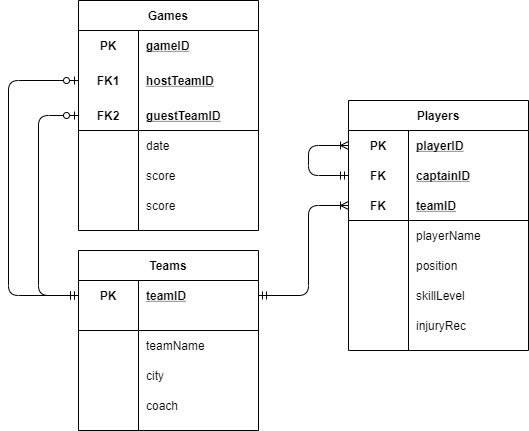
Earlier version of the draw.io export National Hockey League/NHL Data Model.png (fidanfatih/Mid_Scale_Projects). Source tidied: cells renumbered, new cells last; positions are measured from the earlier drawing's top-left corner, leaving out a move shared by most shapes.
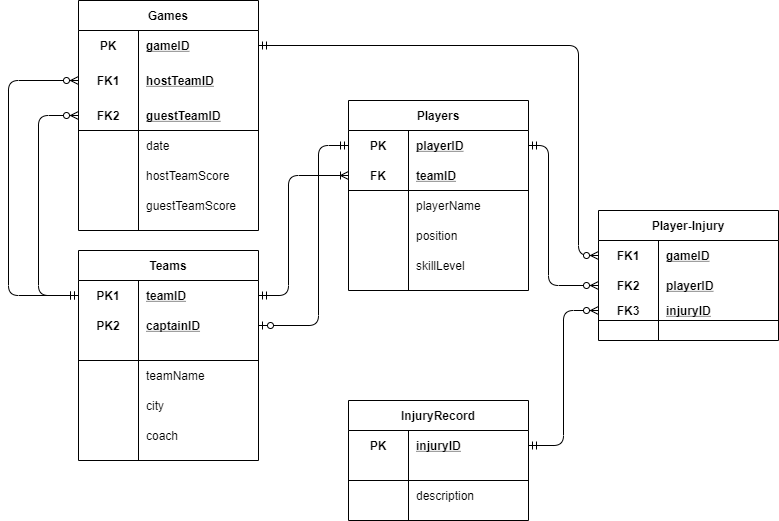
Above is the later version.

Diff of the diagram source:
```diff
@@ -41,38 +41,47 @@
     <mxCell id="14" value="date" style="shape=partialRectangle;fillColor=none;top=0;left=0;bottom=0;right=0;align=left;spacingLeft=6;overflow=hidden;" parent="12" vertex="1">
       <mxGeometry x="60" width="120" height="30" as="geometry" />
     </mxCell>
+    <mxCell id="64" style="shape=partialRectangle;fillColor=none;top=0;left=0;bottom=0;right=0;" parent="2" vertex="1">
+      <mxGeometry y="160" width="180" height="30" as="geometry" />
+    </mxCell>
+    <mxCell id="65" style="shape=partialRectangle;fillColor=none;top=0;left=0;bottom=0;right=0;overflow=hidden;" parent="64" vertex="1">
+      <mxGeometry width="60" height="30" as="geometry" />
+    </mxCell>
+    <mxCell id="66" value="hostTeamScore" style="shape=partialRectangle;fillColor=none;top=0;left=0;bottom=0;right=0;align=left;spacingLeft=6;overflow=hidden;" parent="64" vertex="1">
+      <mxGeometry x="60" width="120" height="30" as="geometry" />
+    </mxCell>
     <mxCell id="15" style="shape=partialRectangle;fillColor=none;top=0;left=0;bottom=0;right=0;" parent="2" vertex="1">
-      <mxGeometry y="160" width="180" height="30" as="geometry" />
+      <mxGeometry y="190" width="180" height="30" as="geometry" />
     </mxCell>
     <mxCell id="16" style="shape=partialRectangle;fillColor=none;top=0;left=0;bottom=0;right=0;overflow=hidden;" parent="15" vertex="1">
       <mxGeometry width="60" height="30" as="geometry" />
     </mxCell>
-    <mxCell id="17" value="score" style="shape=partialRectangle;fillColor=none;top=0;left=0;bottom=0;right=0;align=left;spacingLeft=6;overflow=hidden;" parent="15" vertex="1">
+    <mxCell id="17" value="guestTeamScore" style="shape=partialRectangle;fillColor=none;top=0;left=0;bottom=0;right=0;align=left;spacingLeft=6;overflow=hidden;" parent="15" vertex="1">
       <mxGeometry x="60" width="120" height="30" as="geometry" />
     </mxCell>
-    <mxCell id="18" style="shape=partialRectangle;fillColor=none;top=0;left=0;bottom=0;right=0;" parent="2" vertex="1">
-      <mxGeometry y="190" width="180" height="30" as="geometry" />
-    </mxCell>
-    <mxCell id="19" style="shape=partialRectangle;fillColor=none;top=0;left=0;bottom=0;right=0;overflow=hidden;" parent="18" vertex="1">
-      <mxGeometry width="60" height="30" as="geometry" />
-    </mxCell>
-    <mxCell id="20" value="score" style="shape=partialRectangle;fillColor=none;top=0;left=0;bottom=0;right=0;align=left;spacingLeft=6;overflow=hidden;" parent="18" vertex="1">
-      <mxGeometry x="60" width="120" height="30" as="geometry" />
-    </mxCell>
     <mxCell id="21" value="Teams" style="shape=table;startSize=30;rowLines=0;fontStyle=1;align=center;" parent="1" vertex="1">
-      <mxGeometry x="70" y="250" width="180" height="180" as="geometry" />
+      <mxGeometry x="70" y="250" width="180" height="210" as="geometry" />
     </mxCell>
     <mxCell id="22" style="shape=partialRectangle;fillColor=none;top=0;left=0;bottom=0;right=0;points=[[0,0.5],[1,0.5]];portConstraint=eastwest;" parent="21" vertex="1">
       <mxGeometry y="30" width="180" height="30" as="geometry" />
     </mxCell>
-    <mxCell id="23" value="PK" style="shape=partialRectangle;fillColor=none;top=0;left=0;bottom=0;right=0;fontStyle=1;overflow=hidden;" parent="22" vertex="1">
+    <mxCell id="23" value="PK1" style="shape=partialRectangle;fillColor=none;top=0;left=0;bottom=0;right=0;fontStyle=1;overflow=hidden;" parent="22" vertex="1">
       <mxGeometry width="60" height="30" as="geometry" />
     </mxCell>
     <mxCell id="24" value="teamID" style="shape=partialRectangle;fillColor=none;top=0;left=0;bottom=0;right=0;align=left;spacingLeft=6;fontStyle=5;overflow=hidden;" parent="22" vertex="1">
       <mxGeometry x="60" width="120" height="30" as="geometry" />
     </mxCell>
+    <mxCell id="67" style="shape=partialRectangle;fillColor=none;top=0;left=0;bottom=0;right=0;points=[[0,0.5],[1,0.5]];portConstraint=eastwest;" parent="21" vertex="1">
+      <mxGeometry y="60" width="180" height="30" as="geometry" />
+    </mxCell>
+    <mxCell id="68" value="PK2" style="shape=partialRectangle;fillColor=none;top=0;left=0;bottom=0;right=0;fontStyle=1;overflow=hidden;" parent="67" vertex="1">
+      <mxGeometry width="60" height="30" as="geometry" />
+    </mxCell>
+    <mxCell id="44" value="captainID" style="shape=partialRectangle;fillColor=none;top=0;left=0;bottom=0;right=0;align=left;spacingLeft=6;fontStyle=5;overflow=hidden;" parent="67" vertex="1">
+      <mxGeometry x="60" width="120" height="30" as="geometry" />
+    </mxCell>
     <mxCell id="25" style="shape=partialRectangle;fillColor=none;top=0;left=0;bottom=1;right=0;" parent="21" vertex="1">
-      <mxGeometry y="60" width="180" height="20" as="geometry" />
+      <mxGeometry y="90" width="180" height="20" as="geometry" />
     </mxCell>
     <mxCell id="26" style="shape=partialRectangle;fillColor=none;top=0;left=0;bottom=0;right=0;fontStyle=1;overflow=hidden;" parent="25" vertex="1">
       <mxGeometry width="60" height="20" as="geometry" />
@@ -81,7 +90,7 @@
       <mxGeometry x="60" width="120" height="20" as="geometry" />
     </mxCell>
     <mxCell id="28" style="shape=partialRectangle;fillColor=none;top=0;left=0;bottom=0;right=0;" parent="21" vertex="1">
-      <mxGeometry y="80" width="180" height="30" as="geometry" />
+      <mxGeometry y="110" width="180" height="30" as="geometry" />
     </mxCell>
     <mxCell id="29" style="shape=partialRectangle;fillColor=none;top=0;left=0;bottom=0;right=0;overflow=hidden;" parent="28" vertex="1">
       <mxGeometry width="60" height="30" as="geometry" />
@@ -90,7 +99,7 @@
       <mxGeometry x="60" width="120" height="30" as="geometry" />
     </mxCell>
     <mxCell id="31" style="shape=partialRectangle;fillColor=none;top=0;left=0;bottom=0;right=0;" parent="21" vertex="1">
-      <mxGeometry y="110" width="180" height="30" as="geometry" />
+      <mxGeometry y="140" width="180" height="30" as="geometry" />
     </mxCell>
     <mxCell id="32" style="shape=partialRectangle;fillColor=none;top=0;left=0;bottom=0;right=0;overflow=hidden;" parent="31" vertex="1">
       <mxGeometry width="60" height="30" as="geometry" />
@@ -99,7 +108,7 @@
       <mxGeometry x="60" width="120" height="30" as="geometry" />
     </mxCell>
     <mxCell id="34" style="shape=partialRectangle;fillColor=none;top=0;left=0;bottom=0;right=0;" parent="21" vertex="1">
-      <mxGeometry y="140" width="180" height="30" as="geometry" />
+      <mxGeometry y="170" width="180" height="30" as="geometry" />
     </mxCell>
     <mxCell id="35" style="shape=partialRectangle;fillColor=none;top=0;left=0;bottom=0;right=0;overflow=hidden;" parent="34" vertex="1">
       <mxGeometry width="60" height="30" as="geometry" />
@@ -110,12 +119,13 @@
     <mxCell id="37" style="edgeStyle=elbowEdgeStyle;fontSize=12;html=1;endArrow=ERoneToMany;startArrow=ERmandOne;entryX=0;entryY=0.5;entryDx=0;entryDy=0;exitX=1;exitY=0.5;exitDx=0;exitDy=0;" parent="1" edge="1" source="22" target="45">
       <mxGeometry relative="1" as="geometry">
         <Array as="points">
+          <mxPoint x="280" y="260" />
           <mxPoint x="300" y="240" />
         </Array>
       </mxGeometry>
     </mxCell>
     <mxCell id="38" value="Players" style="shape=table;startSize=30;rowLines=0;fontStyle=1;align=center;" parent="1" vertex="1">
-      <mxGeometry x="340" y="100" width="180" height="250" as="geometry" />
+      <mxGeometry x="340" y="100" width="180" height="190" as="geometry" />
     </mxCell>
     <mxCell id="39" style="shape=partialRectangle;fillColor=none;top=0;left=0;bottom=0;right=0;points=[[0,0.5],[1,0.5]];portConstraint=eastwest;" parent="38" vertex="1">
       <mxGeometry y="30" width="180" height="30" as="geometry" />
@@ -126,17 +136,8 @@
     <mxCell id="41" value="playerID" style="shape=partialRectangle;fillColor=none;top=0;left=0;bottom=0;right=0;align=left;spacingLeft=6;fontStyle=5;overflow=hidden;" parent="39" vertex="1">
       <mxGeometry x="60" width="120" height="30" as="geometry" />
     </mxCell>
-    <mxCell id="42" style="shape=partialRectangle;fillColor=none;top=0;left=0;bottom=0;right=0;points=[[0,0.5],[1,0.5]];portConstraint=eastwest;" parent="38" vertex="1">
-      <mxGeometry y="60" width="180" height="30" as="geometry" />
-    </mxCell>
-    <mxCell id="43" value="FK" style="shape=partialRectangle;fillColor=none;top=0;left=0;bottom=0;right=0;fontStyle=1;overflow=hidden;" parent="42" vertex="1">
-      <mxGeometry width="60" height="30" as="geometry" />
-    </mxCell>
-    <mxCell id="44" value="captainID" style="shape=partialRectangle;fillColor=none;top=0;left=0;bottom=0;right=0;align=left;spacingLeft=6;fontStyle=5;overflow=hidden;" parent="42" vertex="1">
-      <mxGeometry x="60" width="120" height="30" as="geometry" />
-    </mxCell>
     <mxCell id="45" style="shape=partialRectangle;fillColor=none;top=0;left=0;bottom=1;right=0;points=[[0,0.5],[1,0.5]];portConstraint=eastwest;" parent="38" vertex="1">
-      <mxGeometry y="90" width="180" height="30" as="geometry" />
+      <mxGeometry y="60" width="180" height="30" as="geometry" />
     </mxCell>
     <mxCell id="46" value="FK" style="shape=partialRectangle;fillColor=none;top=0;left=0;bottom=0;right=0;fontStyle=1;overflow=hidden;" parent="45" vertex="1">
       <mxGeometry width="60" height="30" as="geometry" />
@@ -145,7 +146,7 @@
       <mxGeometry x="60" width="120" height="30" as="geometry" />
     </mxCell>
     <mxCell id="48" style="shape=partialRectangle;fillColor=none;top=0;left=0;bottom=0;right=0;" parent="38" vertex="1">
-      <mxGeometry y="120" width="180" height="30" as="geometry" />
+      <mxGeometry y="90" width="180" height="30" as="geometry" />
     </mxCell>
     <mxCell id="49" style="shape=partialRectangle;fillColor=none;top=0;left=0;bottom=0;right=0;overflow=hidden;" parent="48" vertex="1">
       <mxGeometry width="60" height="30" as="geometry" />
@@ -154,7 +155,7 @@
       <mxGeometry x="60" width="120" height="30" as="geometry" />
     </mxCell>
     <mxCell id="51" style="shape=partialRectangle;fillColor=none;top=0;left=0;bottom=0;right=0;" parent="38" vertex="1">
-      <mxGeometry y="150" width="180" height="30" as="geometry" />
+      <mxGeometry y="120" width="180" height="30" as="geometry" />
     </mxCell>
     <mxCell id="52" style="shape=partialRectangle;fillColor=none;top=0;left=0;bottom=0;right=0;overflow=hidden;" parent="51" vertex="1">
       <mxGeometry width="60" height="30" as="geometry" />
@@ -163,7 +164,7 @@
       <mxGeometry x="60" width="120" height="30" as="geometry" />
     </mxCell>
     <mxCell id="54" style="shape=partialRectangle;fillColor=none;top=0;left=0;bottom=0;right=0;" parent="38" vertex="1">
-      <mxGeometry y="180" width="180" height="30" as="geometry" />
+      <mxGeometry y="150" width="180" height="30" as="geometry" />
     </mxCell>
     <mxCell id="55" style="shape=partialRectangle;fillColor=none;top=0;left=0;bottom=0;right=0;overflow=hidden;" parent="54" vertex="1">
       <mxGeometry width="60" height="30" as="geometry" />
@@ -171,42 +172,109 @@
     <mxCell id="56" value="skillLevel" style="shape=partialRectangle;fillColor=none;top=0;left=0;bottom=0;right=0;align=left;spacingLeft=6;overflow=hidden;" parent="54" vertex="1">
       <mxGeometry x="60" width="120" height="30" as="geometry" />
     </mxCell>
-    <mxCell id="57" style="shape=partialRectangle;fillColor=none;top=0;left=0;bottom=0;right=0;" parent="38" vertex="1">
-      <mxGeometry y="210" width="180" height="30" as="geometry" />
-    </mxCell>
-    <mxCell id="58" style="shape=partialRectangle;fillColor=none;top=0;left=0;bottom=0;right=0;overflow=hidden;" parent="57" vertex="1">
-      <mxGeometry width="60" height="30" as="geometry" />
-    </mxCell>
-    <mxCell id="59" value="injuryRec" style="shape=partialRectangle;fillColor=none;top=0;left=0;bottom=0;right=0;align=left;spacingLeft=6;overflow=hidden;" parent="57" vertex="1">
-      <mxGeometry x="60" width="120" height="30" as="geometry" />
-    </mxCell>
-    <mxCell id="60" style="edgeStyle=elbowEdgeStyle;fontSize=12;html=1;endArrow=ERoneToMany;startArrow=ERmandOne;exitX=0;exitY=0.5;exitDx=0;exitDy=0;entryX=0;entryY=0.5;entryDx=0;entryDy=0;" parent="38" edge="1" source="42" target="39">
-      <mxGeometry relative="1" as="geometry">
-        <Array as="points">
-          <mxPoint x="-40" y="50" />
-          <mxPoint x="220" y="60" />
-        </Array>
-      </mxGeometry>
-    </mxCell>
     <mxCell id="61" style="edgeStyle=elbowEdgeStyle;rounded=0;jettySize=auto;html=1;" parent="1" edge="1" source="22">
       <mxGeometry relative="1" as="geometry">
         <mxPoint x="70" y="295" as="targetPoint" />
       </mxGeometry>
     </mxCell>
-    <mxCell id="62" style="edgeStyle=elbowEdgeStyle;fontSize=12;html=1;endArrow=ERzeroToOne;startArrow=ERmandOne;exitX=0;exitY=0.5;exitDx=0;exitDy=0;" parent="1" edge="1" source="22">
-      <mxGeometry relative="1" as="geometry">
-        <mxPoint x="70" y="80" as="targetPoint" />
-        <Array as="points">
-          <mxPoint y="170" />
-        </Array>
-      </mxGeometry>
-    </mxCell>
+    <mxCell id="69" value="InjuryRecord" style="shape=table;startSize=30;rowLines=0;fontStyle=1;align=center;" parent="1" vertex="1">
+      <mxGeometry x="340" y="400" width="180" height="120" as="geometry" />
+    </mxCell>
+    <mxCell id="70" style="shape=partialRectangle;fillColor=none;top=0;left=0;bottom=0;right=0;points=[[0,0.5],[1,0.5]];portConstraint=eastwest;" parent="69" vertex="1">
+      <mxGeometry y="30" width="180" height="30" as="geometry" />
+    </mxCell>
+    <mxCell id="71" value="PK" style="shape=partialRectangle;fillColor=none;top=0;left=0;bottom=0;right=0;fontStyle=1;overflow=hidden;" parent="70" vertex="1">
+      <mxGeometry width="60" height="30" as="geometry" />
+    </mxCell>
+    <mxCell id="72" value="injuryID" style="shape=partialRectangle;fillColor=none;top=0;left=0;bottom=0;right=0;align=left;spacingLeft=6;fontStyle=5;overflow=hidden;" parent="70" vertex="1">
+      <mxGeometry x="60" width="120" height="30" as="geometry" />
+    </mxCell>
+    <mxCell id="73" style="shape=partialRectangle;fillColor=none;top=0;left=0;bottom=1;right=0;" parent="69" vertex="1">
+      <mxGeometry y="60" width="180" height="20" as="geometry" />
+    </mxCell>
+    <mxCell id="74" style="shape=partialRectangle;fillColor=none;top=0;left=0;bottom=0;right=0;fontStyle=1;overflow=hidden;" parent="73" vertex="1">
+      <mxGeometry width="60" height="20" as="geometry" />
+    </mxCell>
+    <mxCell id="75" style="shape=partialRectangle;fillColor=none;top=0;left=0;bottom=0;right=0;align=left;spacingLeft=6;fontStyle=5;overflow=hidden;" parent="73" vertex="1">
+      <mxGeometry x="60" width="120" height="20" as="geometry" />
+    </mxCell>
+    <mxCell id="76" style="shape=partialRectangle;fillColor=none;top=0;left=0;bottom=0;right=0;" parent="69" vertex="1">
+      <mxGeometry y="80" width="180" height="30" as="geometry" />
+    </mxCell>
+    <mxCell id="77" style="shape=partialRectangle;fillColor=none;top=0;left=0;bottom=0;right=0;overflow=hidden;" parent="76" vertex="1">
+      <mxGeometry width="60" height="30" as="geometry" />
+    </mxCell>
+    <mxCell id="78" value="description" style="shape=partialRectangle;fillColor=none;top=0;left=0;bottom=0;right=0;align=left;spacingLeft=6;overflow=hidden;" parent="76" vertex="1">
+      <mxGeometry x="60" width="120" height="30" as="geometry" />
+    </mxCell>
+    <mxCell id="79" style="edgeStyle=elbowEdgeStyle;fontSize=12;html=1;endArrow=ERzeroToMany;startArrow=ERmandOne;exitX=1;exitY=0.5;exitDx=0;exitDy=0;entryX=0;entryY=0.5;entryDx=0;entryDy=0;" parent="1" edge="1" source="70" target="90">
+      <mxGeometry relative="1" as="geometry" />
+    </mxCell>
+    <mxCell id="80" style="edgeStyle=elbowEdgeStyle;fontSize=12;html=1;endArrow=ERzeroToMany;startArrow=ERmandOne;exitX=1;exitY=0.5;exitDx=0;exitDy=0;entryX=0;entryY=0.5;entryDx=0;entryDy=0;" parent="1" edge="1" source="39" target="87">
+      <mxGeometry relative="1" as="geometry">
+        <Array as="points">
+          <mxPoint x="540" y="230" />
+        </Array>
+      </mxGeometry>
+    </mxCell>
+    <mxCell id="81" style="edgeStyle=elbowEdgeStyle;fontSize=12;html=1;endArrow=ERzeroToOne;startArrow=ERmandOne;exitX=0;exitY=0.5;exitDx=0;exitDy=0;" parent="1" edge="1" source="39" target="67">
+      <mxGeometry relative="1" as="geometry">
+        <Array as="points">
+          <mxPoint x="310" y="210" />
+          <mxPoint x="270" y="240" />
+        </Array>
+      </mxGeometry>
+    </mxCell>
+    <mxCell id="82" style="edgeStyle=elbowEdgeStyle;fontSize=12;html=1;endArrow=ERzeroToMany;startArrow=ERmandOne;entryX=0;entryY=0.5;entryDx=0;entryDy=0;exitX=0;exitY=0.5;exitDx=0;exitDy=0;" parent="1" edge="1" source="22" target="6">
+      <mxGeometry relative="1" as="geometry">
+        <Array as="points">
+          <mxPoint y="188" />
+        </Array>
+      </mxGeometry>
+    </mxCell>
-    <mxCell id="63" style="edgeStyle=elbowEdgeStyle;fontSize=12;html=1;endArrow=ERzeroToOne;startArrow=ERmandOne;exitX=0;exitY=0.5;exitDx=0;exitDy=0;entryX=0;entryY=0.5;entryDx=0;entryDy=0;" parent="1" edge="1" source="22" target="9">
+    <mxCell id="63" style="edgeStyle=elbowEdgeStyle;fontSize=12;html=1;endArrow=ERzeroToMany;startArrow=ERmandOne;entryX=0;entryY=0.5;entryDx=0;entryDy=0;exitX=0;exitY=0.5;exitDx=0;exitDy=0;" parent="1" edge="1" source="22" target="9">
       <mxGeometry relative="1" as="geometry">
         <Array as="points">
           <mxPoint x="30" y="230" />
         </Array>
       </mxGeometry>
     </mxCell>
+    <mxCell id="83" value="Player-Injury" style="shape=table;startSize=30;rowLines=0;fontStyle=1;align=center;" parent="1" vertex="1">
+      <mxGeometry x="590" y="210" width="180" height="130" as="geometry" />
+    </mxCell>
+    <mxCell id="84" style="shape=partialRectangle;fillColor=none;top=0;left=0;bottom=0;right=0;points=[[0,0.5],[1,0.5]];portConstraint=eastwest;" parent="83" vertex="1">
+      <mxGeometry y="30" width="180" height="30" as="geometry" />
+    </mxCell>
+    <mxCell id="85" value="FK1" style="shape=partialRectangle;fillColor=none;top=0;left=0;bottom=0;right=0;fontStyle=1;overflow=hidden;" parent="84" vertex="1">
+      <mxGeometry width="60" height="30" as="geometry" />
+    </mxCell>
+    <mxCell id="86" value="gameID" style="shape=partialRectangle;fillColor=none;top=0;left=0;bottom=0;right=0;align=left;spacingLeft=6;fontStyle=5;overflow=hidden;" parent="84" vertex="1">
+      <mxGeometry x="60" width="120" height="30" as="geometry" />
+    </mxCell>
+    <mxCell id="87" style="shape=partialRectangle;fillColor=none;top=0;left=0;bottom=0;right=0;points=[[0,0.5],[1,0.5]];portConstraint=eastwest;" parent="83" vertex="1">
+      <mxGeometry y="60" width="180" height="30" as="geometry" />
+    </mxCell>
+    <mxCell id="88" value="FK2" style="shape=partialRectangle;fillColor=none;top=0;left=0;bottom=0;right=0;fontStyle=1;overflow=hidden;" parent="87" vertex="1">
+      <mxGeometry width="60" height="30" as="geometry" />
+    </mxCell>
+    <mxCell id="89" value="playerID" style="shape=partialRectangle;fillColor=none;top=0;left=0;bottom=0;right=0;align=left;spacingLeft=6;fontStyle=5;overflow=hidden;" parent="87" vertex="1">
+      <mxGeometry x="60" width="120" height="30" as="geometry" />
+    </mxCell>
+    <mxCell id="90" style="shape=partialRectangle;fillColor=none;top=0;left=0;bottom=1;right=0;points=[[0,0.5],[1,0.5]];portConstraint=eastwest;" parent="83" vertex="1">
+      <mxGeometry y="90" width="180" height="20" as="geometry" />
+    </mxCell>
+    <mxCell id="91" value="FK3" style="shape=partialRectangle;fillColor=none;top=0;left=0;bottom=0;right=0;fontStyle=1;overflow=hidden;" parent="90" vertex="1">
+      <mxGeometry width="60" height="20" as="geometry" />
+    </mxCell>
+    <mxCell id="92" value="injuryID" style="shape=partialRectangle;fillColor=none;top=0;left=0;bottom=0;right=0;align=left;spacingLeft=6;fontStyle=5;overflow=hidden;" parent="90" vertex="1">
+      <mxGeometry x="60" width="120" height="20" as="geometry" />
+    </mxCell>
+    <mxCell id="93" style="edgeStyle=elbowEdgeStyle;fontSize=12;html=1;endArrow=ERzeroToMany;startArrow=ERmandOne;exitX=1;exitY=0.5;exitDx=0;exitDy=0;entryX=0;entryY=0.5;entryDx=0;entryDy=0;" parent="1" edge="1" source="3" target="84">
+      <mxGeometry relative="1" as="geometry">
+        <Array as="points">
+          <mxPoint x="570" y="160" />
+        </Array>
+      </mxGeometry>
+    </mxCell>
   </root>
 </mxGraphModel>
```
